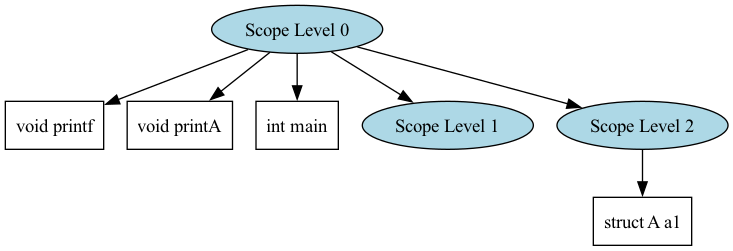
Before: output/in_SymbTable.dot.png, a diagram exported from Graphviz (ArneDePeuter/UA-2024-Compiler). Its source is kept beside it as output/in_SymbTable.dot.
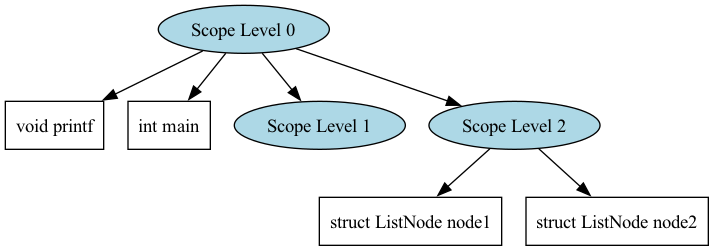
After the change.

The edit, as a diff of the source:
```diff
@@ -2,14 +2,14 @@
   node1 [label="Scope Level 0", style=filled, fillcolor=lightblue];
   node1 -> node1_printf [color=black];
   node1_printf [label="void printf", shape=box, style=filled, fillcolor=white];
-  node1 -> node1_printA [color=black];
-  node1_printA [label="void printA", shape=box, style=filled, fillcolor=white];
   node1 -> node1_main [color=black];
   node1_main [label="int main", shape=box, style=filled, fillcolor=white];
   node2 [label="Scope Level 1", style=filled, fillcolor=lightblue];
   node1 -> node2;
   node3 [label="Scope Level 2", style=filled, fillcolor=lightblue];
   node1 -> node3;
-  node3 -> node3_a1 [color=black];
-  node3_a1 [label="struct A a1", shape=box, style=filled, fillcolor=white];
+  node3 -> node3_node1 [color=black];
+  node3_node1 [label="struct ListNode node1", shape=box, style=filled, fillcolor=white];
+  node3 -> node3_node2 [color=black];
+  node3_node2 [label="struct ListNode node2", shape=box, style=filled, fillcolor=white];
 }
```
